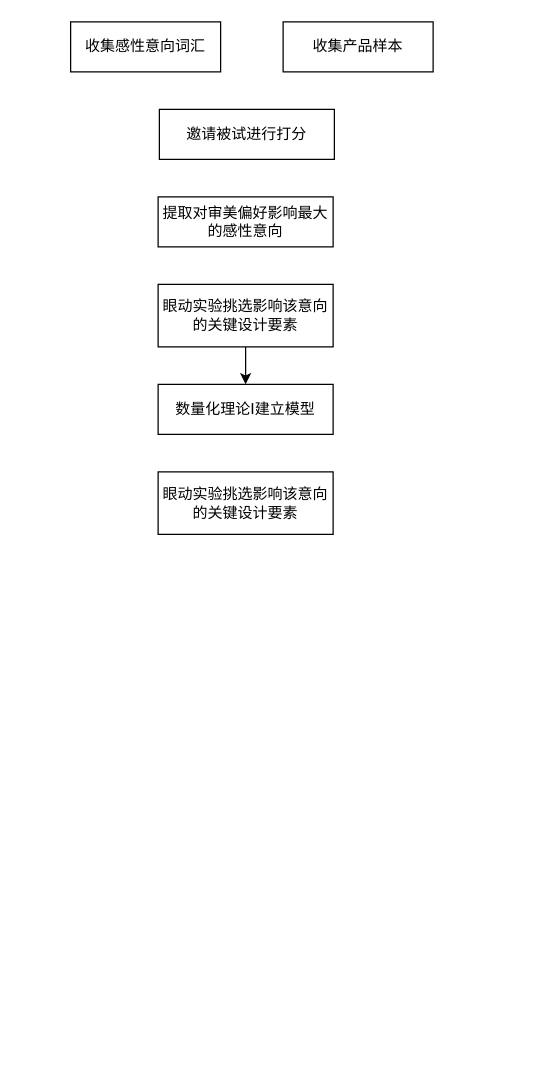
df3dysn/Yang- keeps this draw.io diagram as 毕业设计.drawio. Above is the earlier version. Source tidied: cells renumbered, new cells numbered last; positions are measured from the earlier drawing's top-left corner, leaving out a move shared by most shapes. Both pictures are drawn from the tidied source at 125%, with x=0, y=0 at pixel (70, 21).
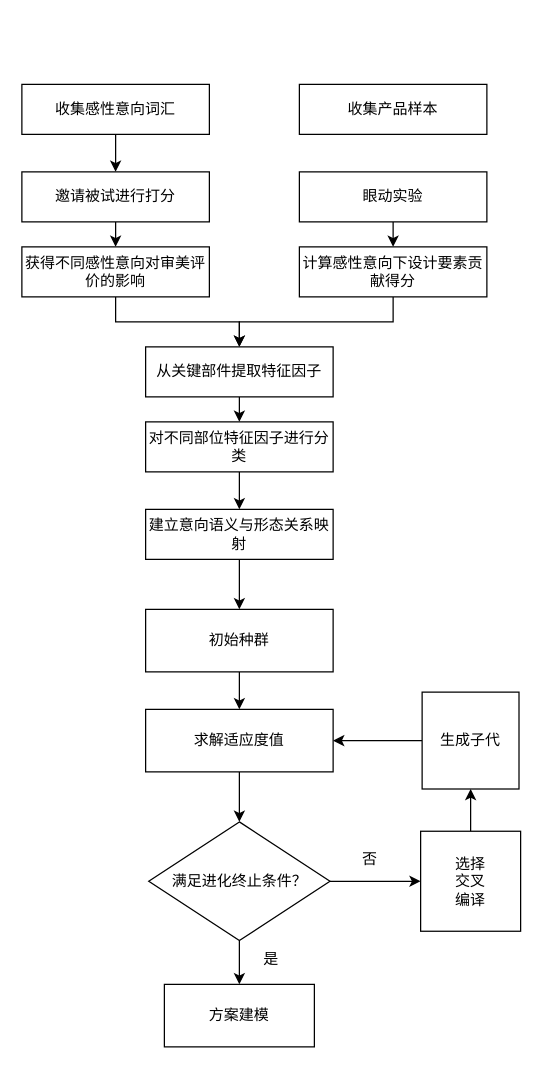
After the change.

Change to the diagram source:
```diff
@@
+    <mxCell id="10" style="edgeStyle=orthogonalEdgeStyle;rounded=0;jettySize=auto;html=1;exitX=0.5;exitY=1;exitDx=0;exitDy=0;entryX=0.5;entryY=0;entryDx=0;entryDy=0;" parent="1" edge="1" source="2" target="4">
+      <mxGeometry relative="1" as="geometry" />
+    </mxCell>
     <mxCell id="2" value="收集感性意向词汇" style="rounded=0;whiteSpace=wrap;html=1;" parent="1" vertex="1">
-      <mxGeometry width="120" height="40" as="geometry" />
+      <mxGeometry x="-39" y="50" width="150" height="40" as="geometry" />
     </mxCell>
     <mxCell id="3" value="收集产品样本" style="rounded=0;whiteSpace=wrap;html=1;" parent="1" vertex="1">
-      <mxGeometry x="170" width="120" height="40" as="geometry" />
+      <mxGeometry x="183" y="50" width="150" height="40" as="geometry" />
     </mxCell>
+    <mxCell id="11" style="edgeStyle=orthogonalEdgeStyle;rounded=0;jettySize=auto;html=1;exitX=0.5;exitY=1;exitDx=0;exitDy=0;entryX=0.5;entryY=0;entryDx=0;entryDy=0;" parent="1" edge="1" source="4" target="5">
+      <mxGeometry relative="1" as="geometry" />
+    </mxCell>
     <mxCell id="4" value="邀请被试进行打分" style="rounded=0;whiteSpace=wrap;html=1;" parent="1" vertex="1">
-      <mxGeometry x="71" y="70" width="140" height="40" as="geometry" />
+      <mxGeometry x="-39" y="120" width="150" height="40" as="geometry" />
     </mxCell>
+    <mxCell id="12" style="edgeStyle=orthogonalEdgeStyle;rounded=0;jettySize=auto;html=1;exitX=0.5;exitY=1;exitDx=0;exitDy=0;" parent="1" edge="1" source="5" target="21">
+      <mxGeometry relative="1" as="geometry" />
+    </mxCell>
-    <mxCell id="5" value="提取对审美偏好影响最大的感性意向" style="rounded=0;whiteSpace=wrap;html=1;" parent="1" vertex="1">
-      <mxGeometry x="70" y="140" width="140" height="40" as="geometry" />
+    <mxCell id="5" value="获得不同感性意向对审美评价的影响" style="rounded=0;whiteSpace=wrap;html=1;" parent="1" vertex="1">
+      <mxGeometry x="-39" y="180" width="150" height="40" as="geometry" />
     </mxCell>
-    <mxCell id="6" style="edgeStyle=orthogonalEdgeStyle;rounded=0;jettySize=auto;html=1;exitX=0.5;exitY=1;exitDx=0;exitDy=0;entryX=0.5;entryY=0;entryDx=0;entryDy=0;" parent="1" edge="1" source="7" target="8">
-      <mxGeometry relative="1" as="geometry" />
-    </mxCell>
+    <mxCell id="13" style="edgeStyle=orthogonalEdgeStyle;rounded=0;jettySize=auto;html=1;exitX=0.5;exitY=1;exitDx=0;exitDy=0;entryX=0.5;entryY=0;entryDx=0;entryDy=0;" parent="1" edge="1" source="7" target="17">
+      <mxGeometry relative="1" as="geometry" />
+    </mxCell>
-    <mxCell id="7" value="眼动实验挑选影响该意向的关键设计要素" style="rounded=0;whiteSpace=wrap;html=1;" parent="1" vertex="1">
-      <mxGeometry x="70" y="210" width="140" height="50" as="geometry" />
+    <mxCell id="7" value="眼动实验" style="rounded=0;whiteSpace=wrap;html=1;" parent="1" vertex="1">
+      <mxGeometry x="183" y="120" width="150" height="40" as="geometry" />
     </mxCell>
+    <mxCell id="14" style="edgeStyle=orthogonalEdgeStyle;rounded=0;jettySize=auto;html=1;exitX=0.5;exitY=1;exitDx=0;exitDy=0;entryX=0.5;entryY=0;entryDx=0;entryDy=0;" parent="1" edge="1" source="8" target="9">
+      <mxGeometry relative="1" as="geometry" />
+    </mxCell>
-    <mxCell id="8" value="数量化理论Ⅰ建立模型" style="rounded=0;whiteSpace=wrap;html=1;" parent="1" vertex="1">
-      <mxGeometry x="70" y="290" width="140" height="40" as="geometry" />
+    <mxCell id="8" value="建立意向语义与形态关系映射" style="rounded=0;whiteSpace=wrap;html=1;" parent="1" vertex="1">
+      <mxGeometry x="60" y="390" width="150" height="40" as="geometry" />
     </mxCell>
+    <mxCell id="15" style="edgeStyle=orthogonalEdgeStyle;rounded=0;jettySize=auto;html=1;exitX=0.5;exitY=1;exitDx=0;exitDy=0;entryX=0.5;entryY=0;entryDx=0;entryDy=0;" parent="1" edge="1" source="9" target="19">
+      <mxGeometry relative="1" as="geometry" />
+    </mxCell>
-    <mxCell id="9" value="眼动实验挑选影响该意向的关键设计要素" style="rounded=0;whiteSpace=wrap;html=1;" parent="1" vertex="1">
-      <mxGeometry x="70" y="360" width="140" height="50" as="geometry" />
+    <mxCell id="9" value="初始种群" style="rounded=0;whiteSpace=wrap;html=1;" parent="1" vertex="1">
+      <mxGeometry x="60" y="470" width="150" height="50" as="geometry" />
     </mxCell>
+    <mxCell id="16" style="edgeStyle=orthogonalEdgeStyle;rounded=0;jettySize=auto;html=1;exitX=0.5;exitY=1;exitDx=0;exitDy=0;entryX=0.5;entryY=0;entryDx=0;entryDy=0;" parent="1" edge="1" source="17" target="21">
+      <mxGeometry relative="1" as="geometry" />
+    </mxCell>
+    <mxCell id="17" value="计算感性意向下设计要素贡献得分" style="rounded=0;whiteSpace=wrap;html=1;" parent="1" vertex="1">
+      <mxGeometry x="183" y="180" width="150" height="40" as="geometry" />
+    </mxCell>
+    <mxCell id="18" style="edgeStyle=orthogonalEdgeStyle;rounded=0;jettySize=auto;html=1;" parent="1" edge="1" source="19" target="26">
+      <mxGeometry relative="1" as="geometry" />
+    </mxCell>
+    <mxCell id="19" value="求解适应度值" style="rounded=0;whiteSpace=wrap;html=1;" parent="1" vertex="1">
+      <mxGeometry x="60" y="550" width="150" height="50" as="geometry" />
+    </mxCell>
+    <mxCell id="20" style="edgeStyle=orthogonalEdgeStyle;rounded=0;jettySize=auto;html=1;exitX=0.5;exitY=1;exitDx=0;exitDy=0;entryX=0.5;entryY=0;entryDx=0;entryDy=0;" parent="1" edge="1" source="21" target="23">
+      <mxGeometry relative="1" as="geometry" />
+    </mxCell>
+    <mxCell id="21" value="从关键部件提取特征因子" style="rounded=0;whiteSpace=wrap;html=1;" parent="1" vertex="1">
+      <mxGeometry x="60" y="260" width="150" height="40" as="geometry" />
+    </mxCell>
+    <mxCell id="22" style="edgeStyle=orthogonalEdgeStyle;rounded=0;jettySize=auto;html=1;exitX=0.5;exitY=1;exitDx=0;exitDy=0;entryX=0.5;entryY=0;entryDx=0;entryDy=0;" parent="1" edge="1" source="23" target="8">
+      <mxGeometry relative="1" as="geometry" />
+    </mxCell>
+    <mxCell id="23" value="对不同部位特征因子进行分类" style="rounded=0;whiteSpace=wrap;html=1;" parent="1" vertex="1">
+      <mxGeometry x="60" y="320" width="150" height="40" as="geometry" />
+    </mxCell>
+    <mxCell id="24" style="edgeStyle=orthogonalEdgeStyle;rounded=0;jettySize=auto;html=1;exitX=0.5;exitY=1;exitDx=0;exitDy=0;" parent="1" edge="1" source="26">
+      <mxGeometry relative="1" as="geometry">
+        <mxPoint x="135" y="770" as="targetPoint" />
+      </mxGeometry>
+    </mxCell>
+    <mxCell id="25" style="edgeStyle=orthogonalEdgeStyle;rounded=0;jettySize=auto;html=1;exitX=1;exitY=0.5;exitDx=0;exitDy=0;" parent="1" edge="1" source="26" target="29">
+      <mxGeometry relative="1" as="geometry" />
+    </mxCell>
+    <mxCell id="26" value="满足进化终止条件？" style="rhombus;whiteSpace=wrap;html=1;rounded=0;spacingTop=0;spacingBottom=0;spacingRight=10;spacingLeft=10;" parent="1" vertex="1">
+      <mxGeometry x="62.5" y="640" width="145" height="95" as="geometry" />
+    </mxCell>
+    <mxCell id="27" value="方案建模" style="whiteSpace=wrap;html=1;rounded=0;spacingTop=0;spacingLeft=10;spacingBottom=0;spacingRight=10;" parent="1" vertex="1">
+      <mxGeometry x="75" y="770" width="120" height="50" as="geometry" />
+    </mxCell>
+    <mxCell id="28" style="edgeStyle=orthogonalEdgeStyle;rounded=0;jettySize=auto;html=1;" parent="1" edge="1" source="29" target="31">
+      <mxGeometry relative="1" as="geometry" />
+    </mxCell>
+    <mxCell id="29" value="&lt;div&gt;选择&lt;/div&gt;&lt;div&gt;交叉&lt;/div&gt;&lt;div&gt;编译&lt;br&gt;&lt;/div&gt;" style="whiteSpace=wrap;html=1;" parent="1" vertex="1">
+      <mxGeometry x="280" y="647.5" width="80" height="80" as="geometry" />
+    </mxCell>
+    <mxCell id="30" style="edgeStyle=orthogonalEdgeStyle;rounded=0;jettySize=auto;html=1;exitX=0;exitY=0.5;exitDx=0;exitDy=0;entryX=1;entryY=0.5;entryDx=0;entryDy=0;" parent="1" edge="1" source="31" target="19">
+      <mxGeometry relative="1" as="geometry" />
+    </mxCell>
+    <mxCell id="31" value="生成子代" style="whiteSpace=wrap;html=1;" parent="1" vertex="1">
+      <mxGeometry x="281.2" y="536.2" width="77.5" height="77.5" as="geometry" />
+    </mxCell>
+    <mxCell id="32" value="否" style="text;html=1;align=center;verticalAlign=middle;strokeColor=none;fillColor=none;" parent="1" vertex="1">
+      <mxGeometry x="224" y="660" width="30" height="20" as="geometry" />
+    </mxCell>
+    <mxCell id="33" value="是" style="text;html=1;align=center;verticalAlign=middle;strokeColor=none;fillColor=none;" parent="1" vertex="1">
+      <mxGeometry x="145" y="740" width="30" height="20" as="geometry" />
+    </mxCell>
```
